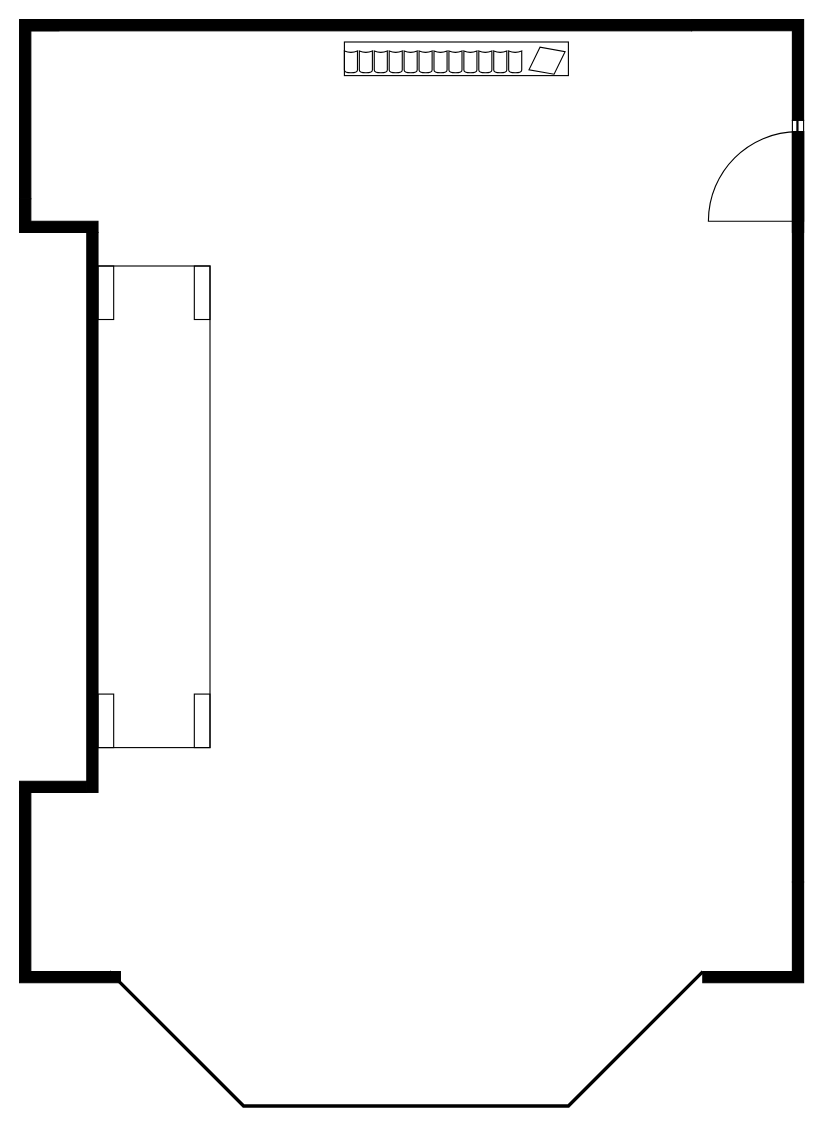
myqueues/diy keeps this draw.io diagram as lounge.drawio. Above is the earlier version. Source tidied: cells renumbered, new cells numbered last; positions are measured from the earlier drawing's top-left corner, leaving out a move shared by most shapes. Both pictures are drawn from the tidied source at 112%, with x=0, y=0 at pixel (19, 19).
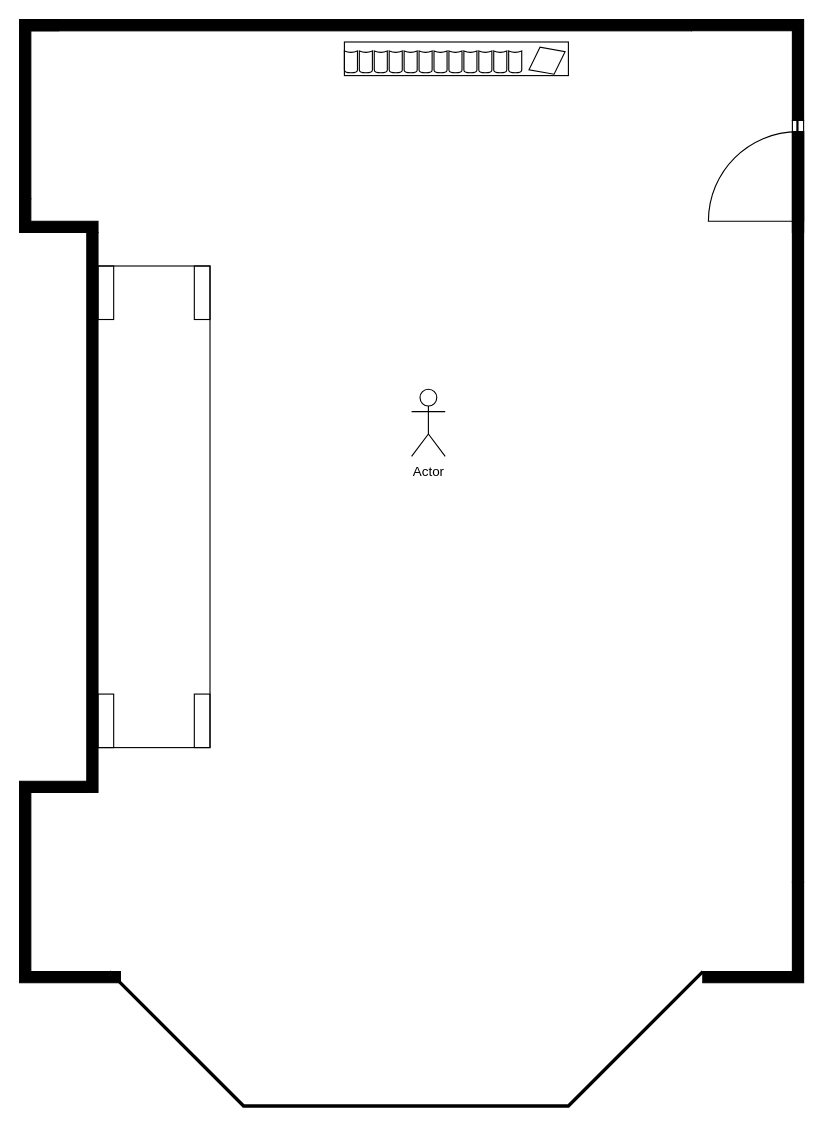
The same diagram, later.

The edit, as a diff of the source:
```diff
@@
 <mxGraphModel>
   <root>
     <mxCell id="0" />
     <mxCell id="1" parent="0" />
     <mxCell id="2" style="verticalLabelPosition=bottom;html=1;verticalAlign=top;align=center;shape=mxgraph.floorplan.wall;fillColor=strokeColor;" parent="1" vertex="1">
       <mxGeometry x="10" width="590" height="10" as="geometry" />
     </mxCell>
     <mxCell id="3" style="verticalLabelPosition=bottom;html=1;verticalAlign=top;align=center;shape=mxgraph.floorplan.wallCorner;fillColor=strokeColor;direction=south;" parent="1" vertex="1">
       <mxGeometry x="600" width="100" height="90" as="geometry" />
     </mxCell>
     <mxCell id="4" style="verticalLabelPosition=bottom;html=1;verticalAlign=top;align=center;shape=mxgraph.floorplan.windowGlider;dx=0.25;direction=south;" parent="1" vertex="1">
       <mxGeometry x="690" y="90" width="10" height="100" as="geometry" />
     </mxCell>
     <mxCell id="5" style="verticalLabelPosition=bottom;html=1;verticalAlign=top;align=center;shape=mxgraph.floorplan.doorRight;direction=south;" parent="1" vertex="1">
       <mxGeometry x="615" y="100" width="85" height="80" as="geometry" />
     </mxCell>
     <mxCell id="6" style="verticalLabelPosition=bottom;html=1;verticalAlign=top;align=center;shape=mxgraph.floorplan.wall;fillColor=strokeColor;direction=south;" parent="1" vertex="1">
       <mxGeometry x="690" y="100" width="10" height="670" as="geometry" />
     </mxCell>
     <mxCell id="7" style="verticalLabelPosition=bottom;html=1;verticalAlign=top;align=center;shape=mxgraph.floorplan.wallCorner;fillColor=strokeColor;direction=west;" parent="1" vertex="1">
       <mxGeometry x="610" y="770" width="90" height="90" as="geometry" />
     </mxCell>
     <mxCell id="8" style="verticalLabelPosition=bottom;html=1;verticalAlign=top;align=center;shape=mxgraph.floorplan.wallCorner;fillColor=strokeColor;direction=north;" parent="1" vertex="1">
       <mxGeometry y="690" width="90" height="170" as="geometry" />
     </mxCell>
     <mxCell id="9" style="verticalLabelPosition=bottom;html=1;verticalAlign=top;align=center;shape=mxgraph.floorplan.windowBow;strokeWidth=3;" parent="1" vertex="1">
       <mxGeometry x="80" y="850" width="530" height="120" as="geometry" />
     </mxCell>
     <mxCell id="10" style="verticalLabelPosition=bottom;html=1;verticalAlign=top;align=center;shape=mxgraph.floorplan.wallCorner;fillColor=strokeColor;direction=west;" parent="1" vertex="1">
       <mxGeometry y="680" width="60" height="10" as="geometry" />
     </mxCell>
     <mxCell id="11" style="verticalLabelPosition=bottom;html=1;verticalAlign=top;align=center;shape=mxgraph.floorplan.wallCorner;fillColor=strokeColor;" parent="1" vertex="1">
       <mxGeometry width="35" height="160" as="geometry" />
     </mxCell>
     <mxCell id="12" style="verticalLabelPosition=bottom;html=1;verticalAlign=top;align=center;shape=mxgraph.floorplan.wallCorner;fillColor=strokeColor;direction=north;" parent="1" vertex="1">
       <mxGeometry y="160" width="70" height="30" as="geometry" />
     </mxCell>
     <mxCell id="13" style="verticalLabelPosition=bottom;html=1;verticalAlign=top;align=center;shape=mxgraph.floorplan.wall;fillColor=strokeColor;direction=south;" parent="1" vertex="1">
       <mxGeometry x="60" y="190" width="10" height="500" as="geometry" />
     </mxCell>
     <mxCell id="14" style="verticalLabelPosition=bottom;html=1;verticalAlign=top;align=center;shape=mxgraph.floorplan.bookcase;" parent="1" vertex="1">
       <mxGeometry x="290" y="20" width="200" height="30" as="geometry" />
     </mxCell>
     <mxCell id="15" style="verticalLabelPosition=bottom;html=1;verticalAlign=top;align=center;shape=mxgraph.floorplan.table;direction=south;" parent="1" vertex="1">
       <mxGeometry x="70" y="220" width="100" height="430" as="geometry" />
     </mxCell>
+    <mxCell id="16" value="Actor" style="shape=umlActor;verticalLabelPosition=bottom;verticalAlign=top;html=1;" parent="1" vertex="1">
+      <mxGeometry x="350" y="330" width="30" height="60" as="geometry" />
+    </mxCell>
   </root>
 </mxGraphModel>
```
